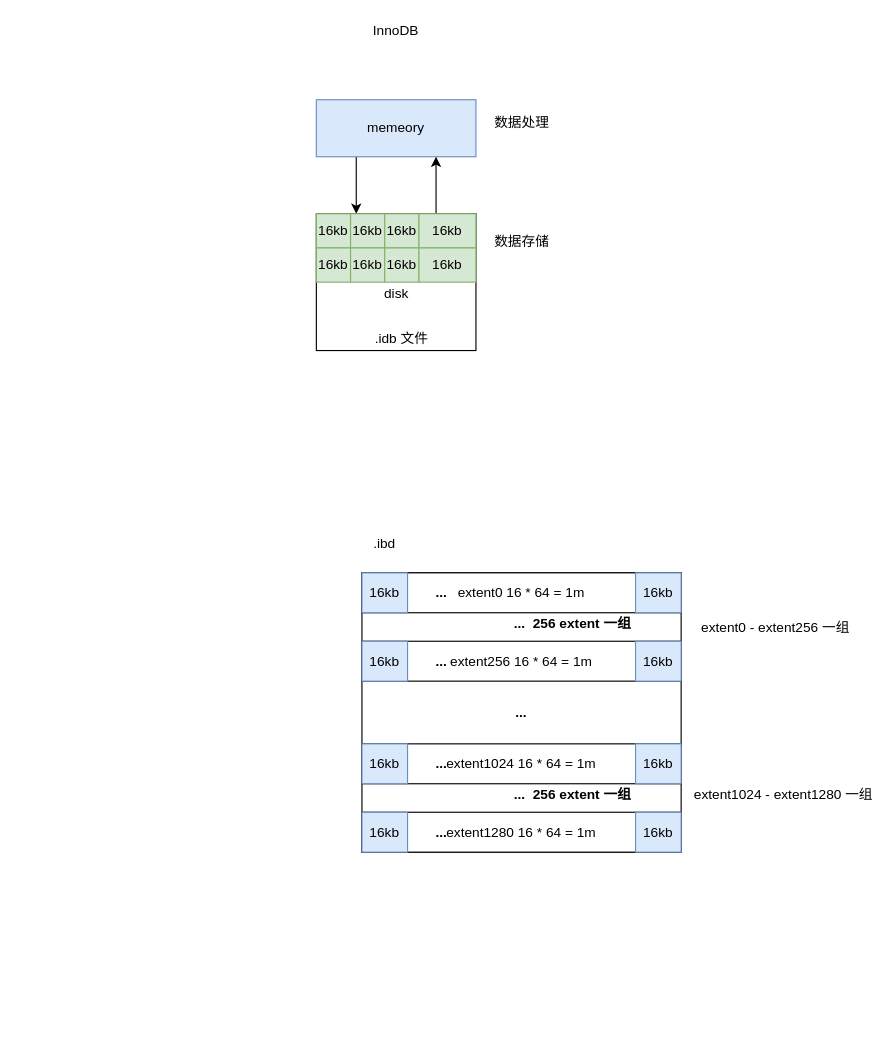
Earlier version of the draw.io diagram Mysql/Mysql.drawio (oliverschen/draw.io). Source tidied: cells renumbered, new cells numbered last; positions are measured from the earlier drawing's top-left corner, leaving out a move shared by most shapes. Both pictures are drawn from the tidied source at 114%, with x=0, y=0 at pixel (316, 19).
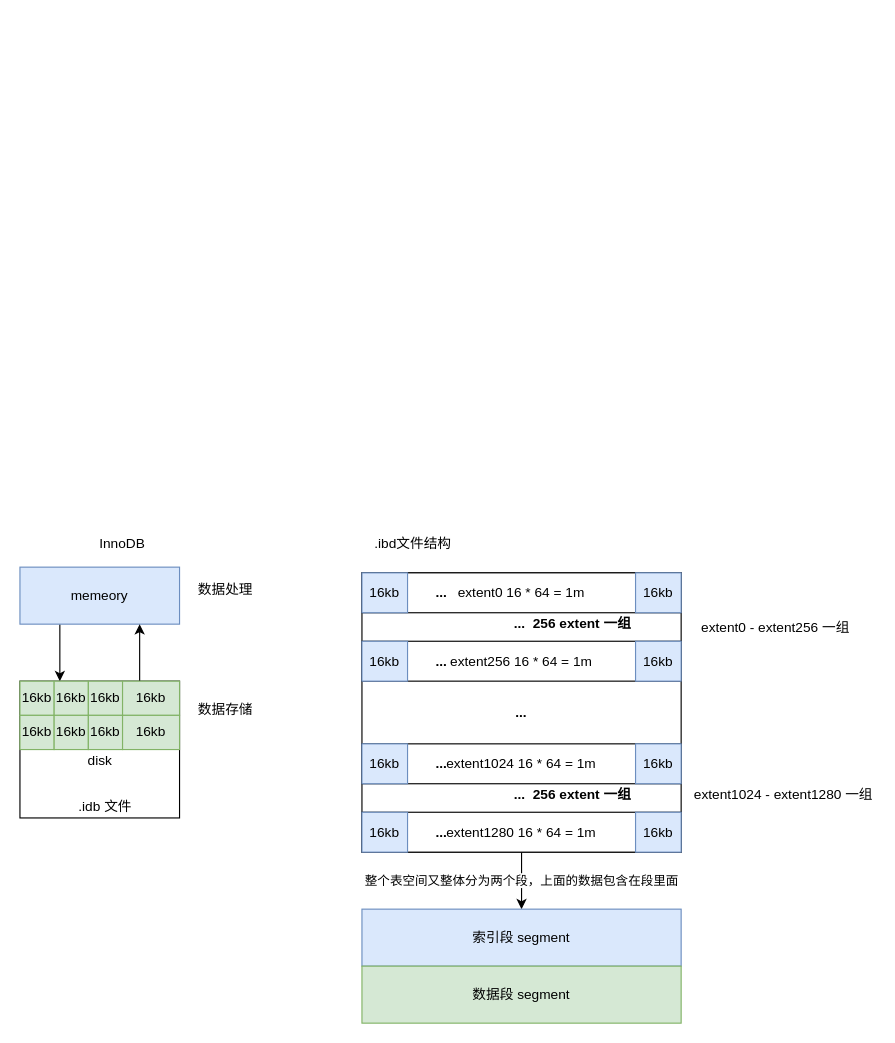
After the change.

Commit message:
MySQL segment

Unchanged cells that the change refers to:
```xml
<mxCell id="34" value="extent1280 16 * 64 = 1m" style="rounded=0;whiteSpace=wrap;html=1;" parent="1" vertex="1">
  <mxGeometry x="40" y="695" width="280" height="35" as="geometry" />
</mxCell>
```

The edit, as a diff of the source:
```diff
@@
     <mxCell id="3" value="memeory" style="rounded=0;whiteSpace=wrap;html=1;fillColor=#dae8fc;strokeColor=#6c8ebf;" parent="1" vertex="1">
-      <mxGeometry y="70" width="140" height="50" as="geometry" />
+      <mxGeometry x="-260" y="480" width="140" height="50" as="geometry" />
     </mxCell>
     <mxCell id="4" value="InnoDB" style="text;html=1;strokeColor=none;fillColor=none;align=center;verticalAlign=middle;whiteSpace=wrap;rounded=0;" parent="1" vertex="1">
-      <mxGeometry x="50" width="40" height="20" as="geometry" />
+      <mxGeometry x="-190" y="450" width="40" height="20" as="geometry" />
     </mxCell>
     <mxCell id="5" value="数据处理" style="text;html=1;align=center;verticalAlign=middle;" parent="1" vertex="1">
-      <mxGeometry x="150" y="80" width="60" height="20" as="geometry" />
+      <mxGeometry x="-110" y="490" width="60" height="20" as="geometry" />
     </mxCell>
@@
     <mxCell id="7" style="rounded=0;whiteSpace=wrap;html=1;" parent="1" vertex="1">
-      <mxGeometry y="170" width="140" height="120" as="geometry" />
+      <mxGeometry x="-260" y="580" width="140" height="120" as="geometry" />
     </mxCell>
     <mxCell id="8" value="数据存储" style="text;html=1;align=center;verticalAlign=middle;" parent="1" vertex="1">
-      <mxGeometry x="150" y="185" width="60" height="20" as="geometry" />
+      <mxGeometry x="-110" y="595" width="60" height="20" as="geometry" />
     </mxCell>
     <mxCell id="9" value="16kb" style="rounded=0;whiteSpace=wrap;html=1;fillColor=#d5e8d4;strokeColor=#82b366;" parent="1" vertex="1">
-      <mxGeometry y="170" width="30" height="30" as="geometry" />
+      <mxGeometry x="-260" y="580" width="30" height="30" as="geometry" />
     </mxCell>
     <mxCell id="10" value="&lt;span&gt;16kb&lt;/span&gt;" style="rounded=0;whiteSpace=wrap;html=1;fillColor=#d5e8d4;strokeColor=#82b366;" parent="1" vertex="1">
-      <mxGeometry y="200" width="30" height="30" as="geometry" />
+      <mxGeometry x="-260" y="610" width="30" height="30" as="geometry" />
     </mxCell>
     <mxCell id="11" value="disk" style="text;html=1;align=center;verticalAlign=middle;" parent="1" vertex="1">
-      <mxGeometry x="50" y="230" width="40" height="20" as="geometry" />
+      <mxGeometry x="-210" y="640" width="40" height="20" as="geometry" />
     </mxCell>
     <mxCell id="12" value="&lt;span&gt;16kb&lt;/span&gt;" style="rounded=0;whiteSpace=wrap;html=1;fillColor=#d5e8d4;strokeColor=#82b366;" parent="1" vertex="1">
-      <mxGeometry x="30" y="170" width="30" height="30" as="geometry" />
+      <mxGeometry x="-230" y="580" width="30" height="30" as="geometry" />
     </mxCell>
     <mxCell id="13" value="&lt;span&gt;16kb&lt;/span&gt;" style="rounded=0;whiteSpace=wrap;html=1;fillColor=#d5e8d4;strokeColor=#82b366;" parent="1" vertex="1">
-      <mxGeometry x="60" y="170" width="30" height="30" as="geometry" />
+      <mxGeometry x="-200" y="580" width="30" height="30" as="geometry" />
     </mxCell>
     <mxCell id="14" value="&lt;span&gt;16kb&lt;/span&gt;" style="rounded=0;whiteSpace=wrap;html=1;fillColor=#d5e8d4;strokeColor=#82b366;" parent="1" vertex="1">
-      <mxGeometry x="90" y="170" width="50" height="30" as="geometry" />
+      <mxGeometry x="-170" y="580" width="50" height="30" as="geometry" />
     </mxCell>
     <mxCell id="15" value="&lt;span&gt;16kb&lt;/span&gt;" style="rounded=0;whiteSpace=wrap;html=1;fillColor=#d5e8d4;strokeColor=#82b366;" parent="1" vertex="1">
-      <mxGeometry x="30" y="200" width="30" height="30" as="geometry" />
+      <mxGeometry x="-230" y="610" width="30" height="30" as="geometry" />
     </mxCell>
     <mxCell id="16" value="&lt;span&gt;16kb&lt;/span&gt;" style="rounded=0;whiteSpace=wrap;html=1;fillColor=#d5e8d4;strokeColor=#82b366;" parent="1" vertex="1">
-      <mxGeometry x="60" y="200" width="30" height="30" as="geometry" />
+      <mxGeometry x="-200" y="610" width="30" height="30" as="geometry" />
     </mxCell>
     <mxCell id="17" value="&lt;span&gt;16kb&lt;/span&gt;" style="rounded=0;whiteSpace=wrap;html=1;fillColor=#d5e8d4;strokeColor=#82b366;" parent="1" vertex="1">
-      <mxGeometry x="90" y="200" width="50" height="30" as="geometry" />
+      <mxGeometry x="-170" y="610" width="50" height="30" as="geometry" />
     </mxCell>
     <mxCell id="18" value=".idb&amp;nbsp;文件" style="text;html=1;strokeColor=none;fillColor=none;align=center;verticalAlign=middle;whiteSpace=wrap;rounded=0;" parent="1" vertex="1">
-      <mxGeometry x="50" y="270" width="50" height="20" as="geometry" />
+      <mxGeometry x="-210" y="680" width="50" height="20" as="geometry" />
     </mxCell>
@@
-    <mxCell id="21" value=".ibd" style="text;html=1;strokeColor=none;fillColor=none;align=center;verticalAlign=middle;whiteSpace=wrap;rounded=0;" parent="1" vertex="1">
-      <mxGeometry x="40" y="450" width="40" height="20" as="geometry" />
+    <mxCell id="21" value=".ibd文件结构" style="text;html=1;strokeColor=none;fillColor=none;align=center;verticalAlign=middle;whiteSpace=wrap;rounded=0;" parent="1" vertex="1">
+      <mxGeometry x="40" y="450" width="90" height="20" as="geometry" />
     </mxCell>
@@
+    <mxCell id="43" value="整个表空间又整体分为两个段，上面的数据包含在段里面" style="edgeStyle=orthogonalEdgeStyle;rounded=0;jettySize=auto;html=1;" parent="1" edge="1" source="34" target="44">
+      <mxGeometry relative="1" as="geometry" />
+    </mxCell>
@@
+    <mxCell id="44" value="索引段&amp;nbsp;segment" style="rounded=0;whiteSpace=wrap;html=1;fillColor=#dae8fc;strokeColor=#6c8ebf;" parent="1" vertex="1">
+      <mxGeometry x="40" y="780" width="280" height="50" as="geometry" />
+    </mxCell>
+    <mxCell id="45" value="数据段&amp;nbsp;segment" style="rounded=0;whiteSpace=wrap;html=1;fillColor=#d5e8d4;strokeColor=#82b366;" parent="1" vertex="1">
+      <mxGeometry x="40" y="830" width="280" height="50" as="geometry" />
+    </mxCell>
```
